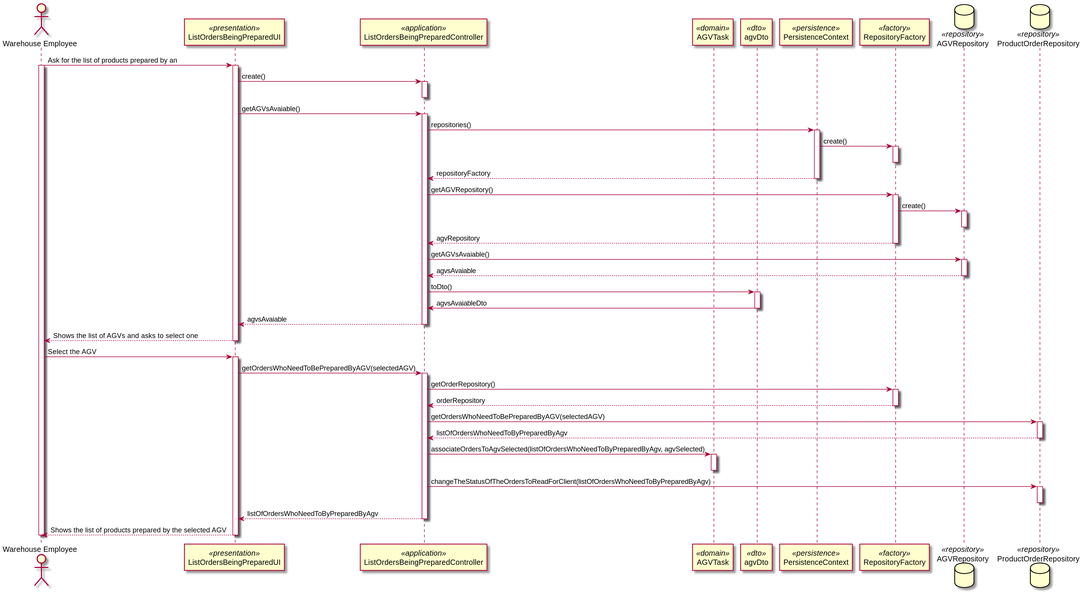
The PlantUML diagram docs/1200720/US2004/SD_US2004.svg in 0franciscor/lei21_22_s4_2de_01, before a commit.
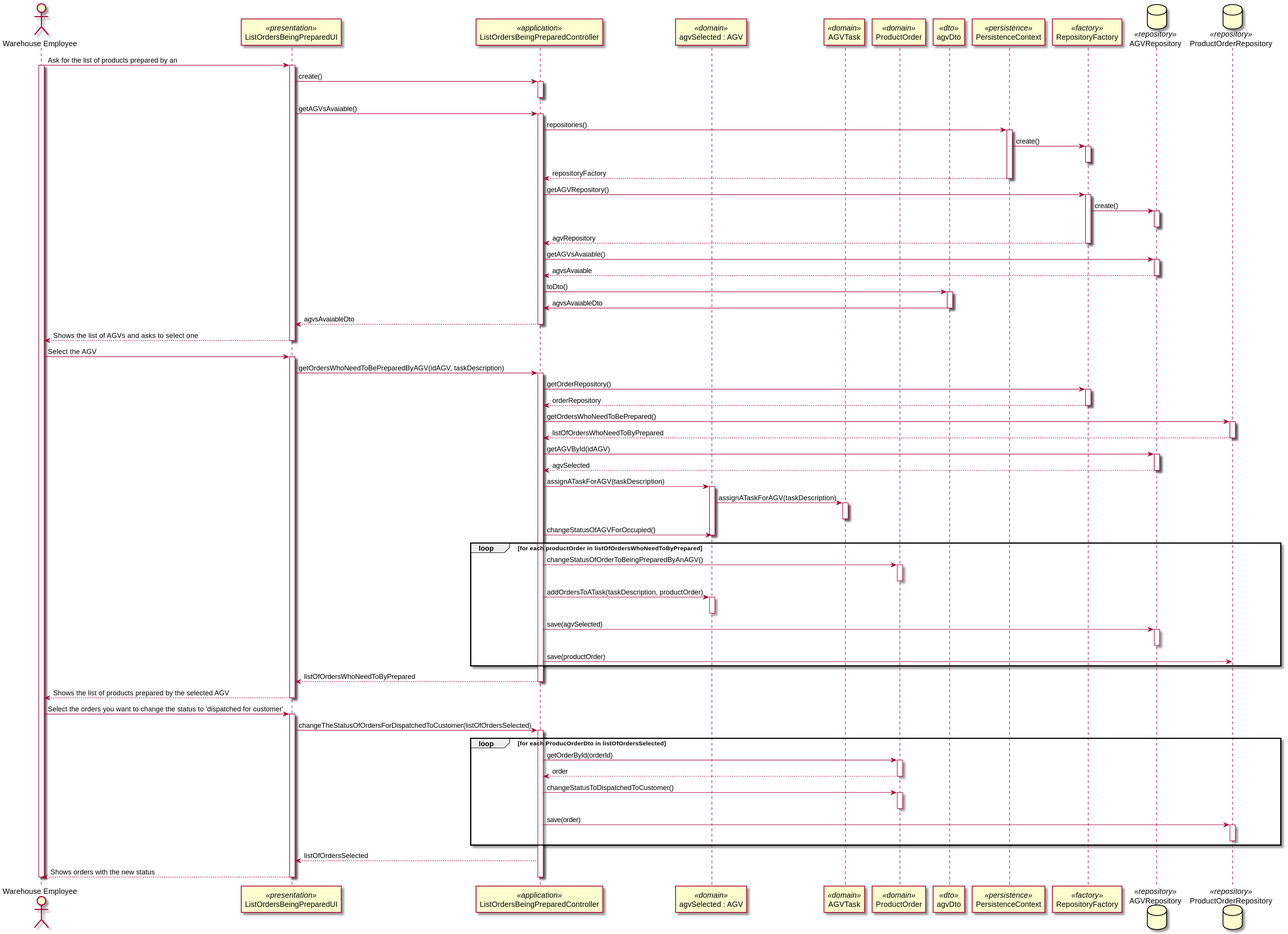
After the commit.

What changed in the source:
```diff
@@ -3,7 +3,9 @@
 actor "Warehouse Employee" as EMPLOYEE
 participant ListOrdersBeingPreparedUI as UI <<presentation>>
 participant ListOrdersBeingPreparedController as CONTROLLER <<application>>
+participant "agvSelected : AGV" as AGV <<domain>>
 participant AGVTask as TASK <<domain>>
+participant ProductOrder as ORDER <<domain>>
 participant agvDto as DTO  <<dto>>
 participant PersistenceContext as PERSISTENCE <<persistence>>
 participant RepositoryFactory as FACTORY <<factory>>
@@ -63,7 +65,7 @@
 
 deactivate DTO
 
-CONTROLLER --> UI : agvsAvaiable
+CONTROLLER --> UI : agvsAvaiableDto
 deactivate CONTROLLER
 
 UI --> EMPLOYEE: Shows the list of AGVs and asks to select one
@@ -76,7 +78,7 @@
 
 activate UI
 
-UI -> CONTROLLER : getOrdersWhoNeedToBePreparedByAGV(selectedAGV)
+UI -> CONTROLLER : getOrdersWhoNeedToBePreparedByAGV(idAGV, taskDescription)
 
 activate CONTROLLER
 
@@ -88,30 +90,82 @@
 
 deactivate FACTORY
 
-CONTROLLER -> REPOSITORY_ORDERS : getOrdersWhoNeedToBePreparedByAGV(selectedAGV)
+CONTROLLER -> REPOSITORY_ORDERS : getOrdersWhoNeedToBePrepared()
 
 activate REPOSITORY_ORDERS
 
-REPOSITORY_ORDERS --> CONTROLLER : listOfOrdersWhoNeedToByPreparedByAgv
+REPOSITORY_ORDERS --> CONTROLLER : listOfOrdersWhoNeedToByPrepared
 deactivate REPOSITORY_ORDERS
 
-CONTROLLER -> TASK : associateOrdersToAgvSelected(listOfOrdersWhoNeedToByPreparedByAgv, agvSelected)
+CONTROLLER -> REPOSITORY_AGV : getAGVById(idAGV)
+activate REPOSITORY_AGV
 
+REPOSITORY_AGV --> CONTROLLER : agvSelected
+deactivate REPOSITORY_AGV
+
+CONTROLLER -> AGV : assignATaskForAGV(taskDescription)
+activate AGV
+
+AGV -> TASK : assignATaskForAGV(taskDescription)
 activate TASK
 deactivate TASK
 
-CONTROLLER -> REPOSITORY_ORDERS : changeTheStatusOfTheOrdersToReadForClient(listOfOrdersWhoNeedToByPreparedByAgv)
+CONTROLLER -> AGV : changeStatusOfAGVForOccupied()
+deactivate AGV
 
+
+
+loop for each productOrder in listOfOrdersWhoNeedToByPrepared
+CONTROLLER -> ORDER : changeStatusOfOrderToBeingPreparedByAnAGV()
+activate ORDER
+deactivate ORDER
+
+CONTROLLER -> AGV : addOrdersToATask(taskDescription, productOrder)
+activate AGV
+deactivate AGV
+CONTROLLER -> REPOSITORY_AGV : save(agvSelected)
+activate REPOSITORY_AGV
+deactivate REPOSITORY_AGV
+CONTROLLER -> REPOSITORY_ORDERS : save(productOrder)
+end
 activate REPOSITORY_ORDERS
 deactivate REPOSITORY_ORDERS
 
-CONTROLLER --> UI : listOfOrdersWhoNeedToByPreparedByAgv
+CONTROLLER --> UI : listOfOrdersWhoNeedToByPrepared
 deactivate CONTROLLER
 
 UI --> EMPLOYEE : Shows the list of products prepared by the selected AGV
 
 deactivate UI
 
+EMPLOYEE -> UI : Select the orders you want to change the status to 'dispatched for customer'
+activate UI
+
+UI -> CONTROLLER : changeTheStatusOfOrdersForDispatchedToCustomer(listOfOrdersSelected)
+activate CONTROLLER
+
+loop for each ProducOrderDto in listOfOrdersSelected
+CONTROLLER -> ORDER : getOrderById(orderId)
+activate ORDER
+ORDER --> CONTROLLER : order
+deactivate ORDER
+
+CONTROLLER -> ORDER : changeStatusToDispatchedToCustomer()
+activate ORDER
+deactivate ORDER
+
+CONTROLLER -> REPOSITORY_ORDERS : save(order)
+activate REPOSITORY_ORDERS
+deactivate REPOSITORY_ORDERS
+end loop
+
+CONTROLLER --> UI : listOfOrdersSelected
+UI --> EMPLOYEE : Shows orders with the new status
+
+deactivate CONTROLLER
+deactivate UI
+
+
 deactivate EMPLOYEE
 
 @enduml
```
